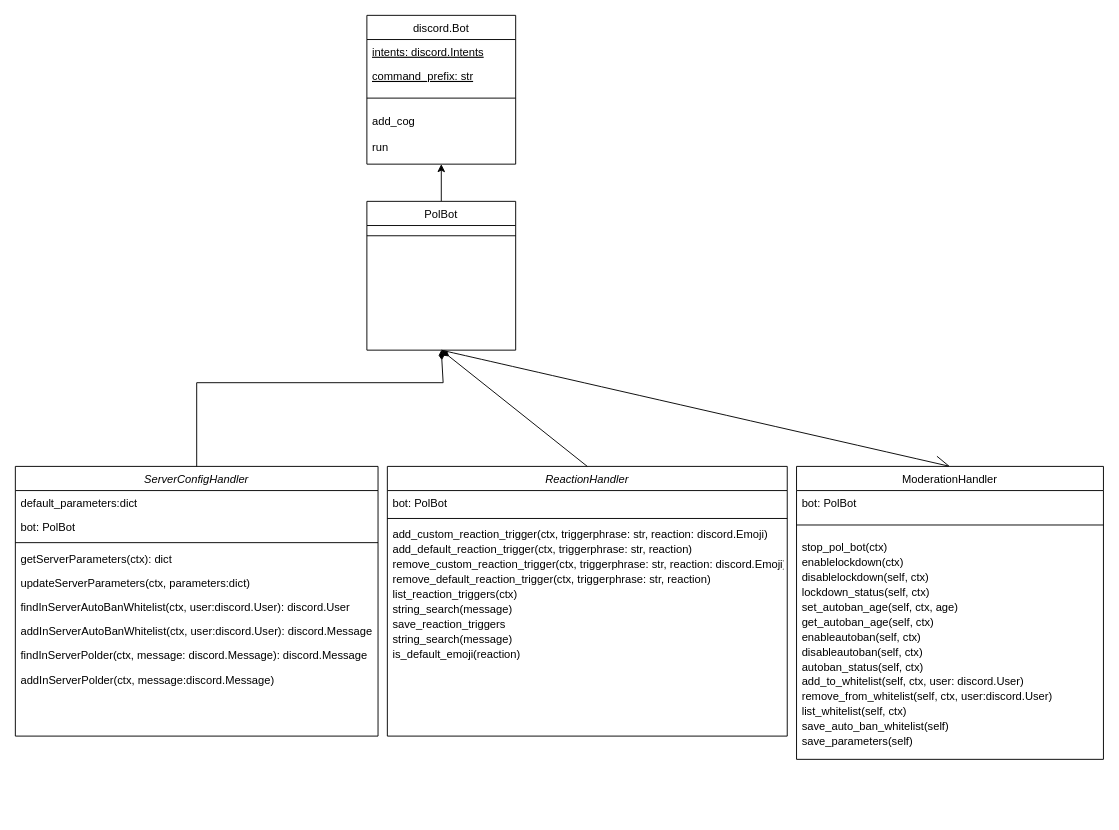
Before: Untitled Diagram.drawio in abdann/polbot, a draw.io diagram. Source tidied: cells renumbered, new cells numbered last; positions are measured from the earlier drawing's top-left corner, leaving out a move shared by most shapes. Both pictures are drawn from the tidied source at 93%, with x=0, y=0 at pixel (15, 15).
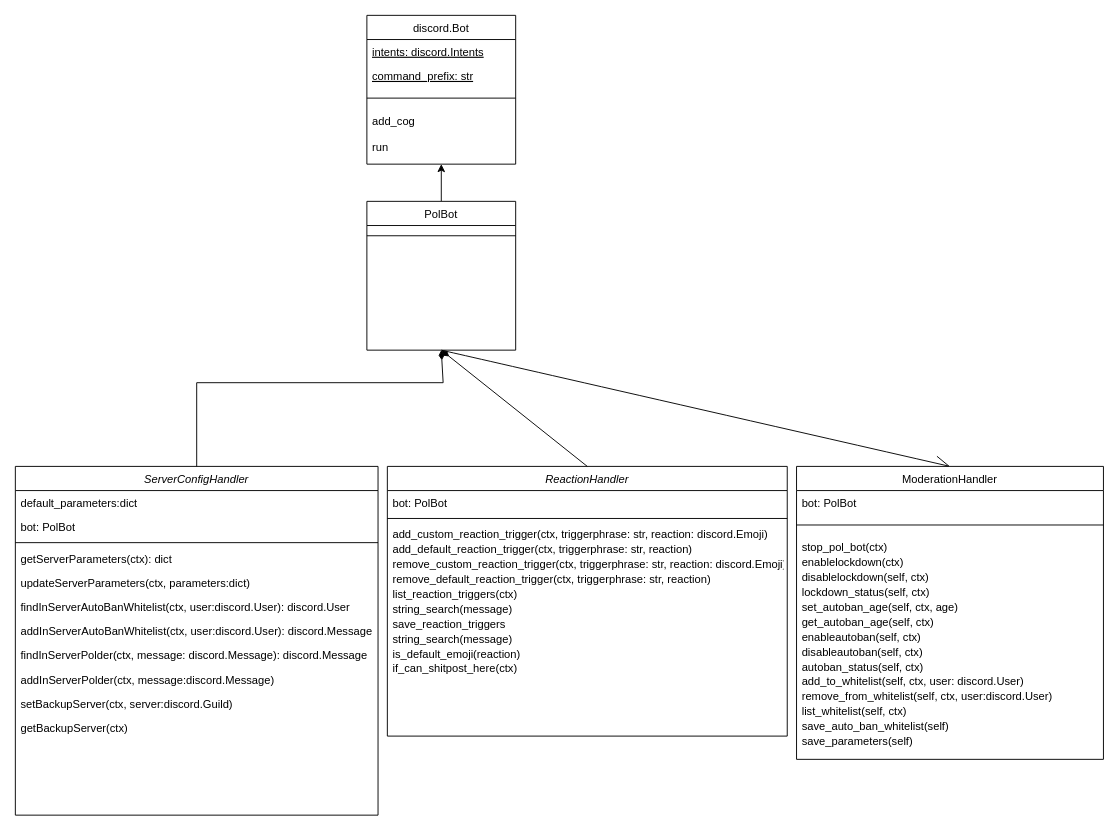
After the change.

The change refers to these unchanged cells:
```xml
<mxCell id="23" value="ReactionHandler" style="swimlane;fontStyle=2;align=center;verticalAlign=top;horizontal=1;startSize=26;rounded=0;shadow=0;strokeWidth=1;" parent="1" vertex="1">
  <mxGeometry x="400" y="485" width="430" height="290" as="geometry" />
</mxCell>
```

The edit, as a diff of the source:
```diff
@@
     <mxCell id="2" value="ServerConfigHandler" style="swimlane;fontStyle=2;align=center;verticalAlign=top;horizontal=1;startSize=26;rounded=0;shadow=0;strokeWidth=1;" parent="1" vertex="1">
-      <mxGeometry y="485" width="390" height="290" as="geometry" />
+      <mxGeometry y="485" width="390" height="375" as="geometry" />
     </mxCell>
@@
+    <mxCell id="53" value="setBackupServer(ctx, server:discord.Guild)" style="text;align=left;verticalAlign=top;spacingLeft=4;spacingRight=4;overflow=hidden;" parent="2" vertex="1">
+      <mxGeometry y="242" width="390" height="26" as="geometry" />
+    </mxCell>
+    <mxCell id="54" value="getBackupServer(ctx)" style="text;align=left;verticalAlign=top;spacingLeft=4;spacingRight=4;overflow=hidden;" parent="2" vertex="1">
+      <mxGeometry y="268" width="390" height="26" as="geometry" />
+    </mxCell>
@@
+    <mxCell id="55" value="if_can_shitpost_here(ctx)" style="text;align=left;verticalAlign=top;spacingLeft=4;spacingRight=4;overflow=hidden;" parent="23" vertex="1">
+      <mxGeometry y="204" width="430" height="16" as="geometry" />
+    </mxCell>
```
